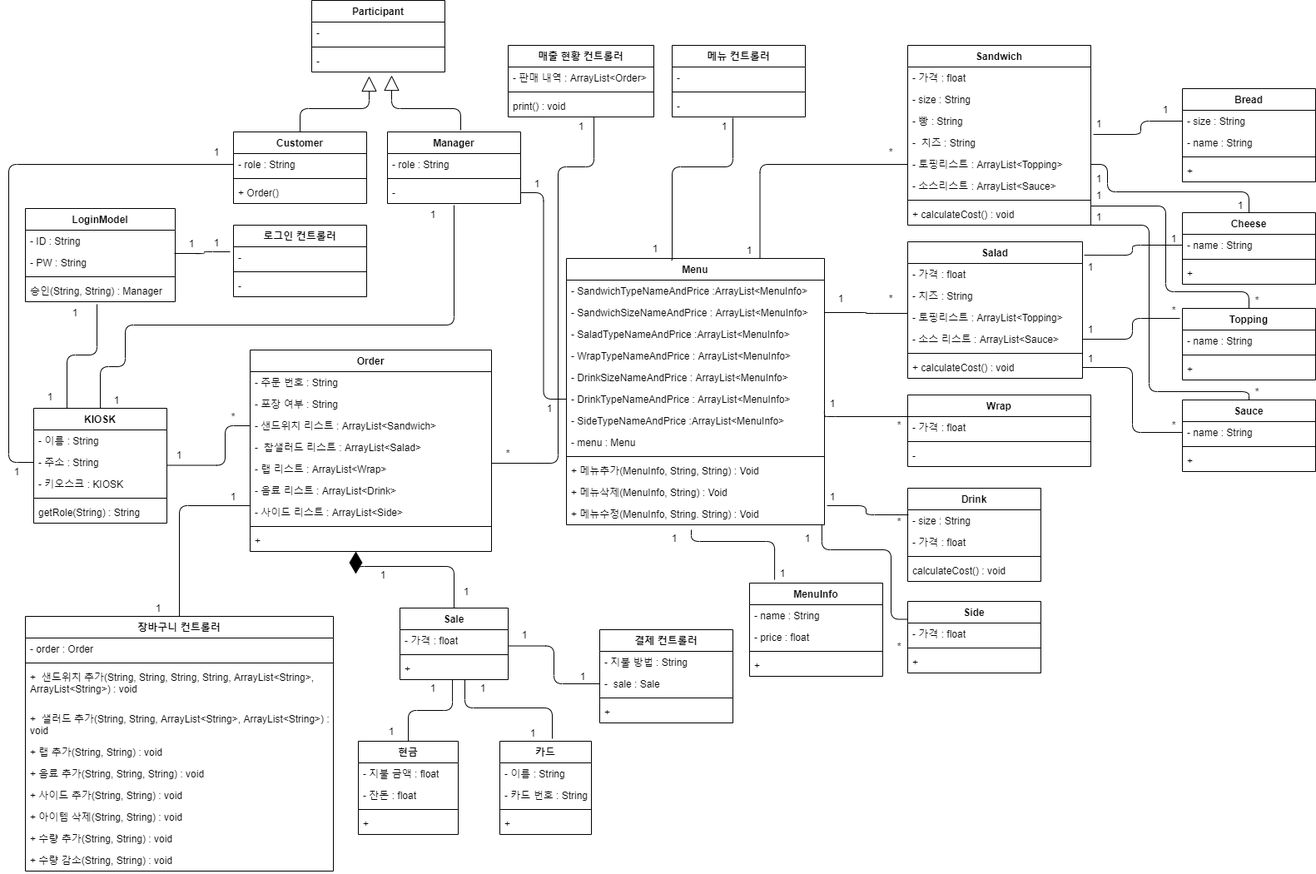
The draw.io diagram 상세명세서/Structural Model/Class Diagram.png in distroytest/KNUSD-20202-Team05, before a commit. Source tidied: cells renumbered, new cells last; positions are measured from the earlier drawing's top-left corner, leaving out a move shared by most shapes.
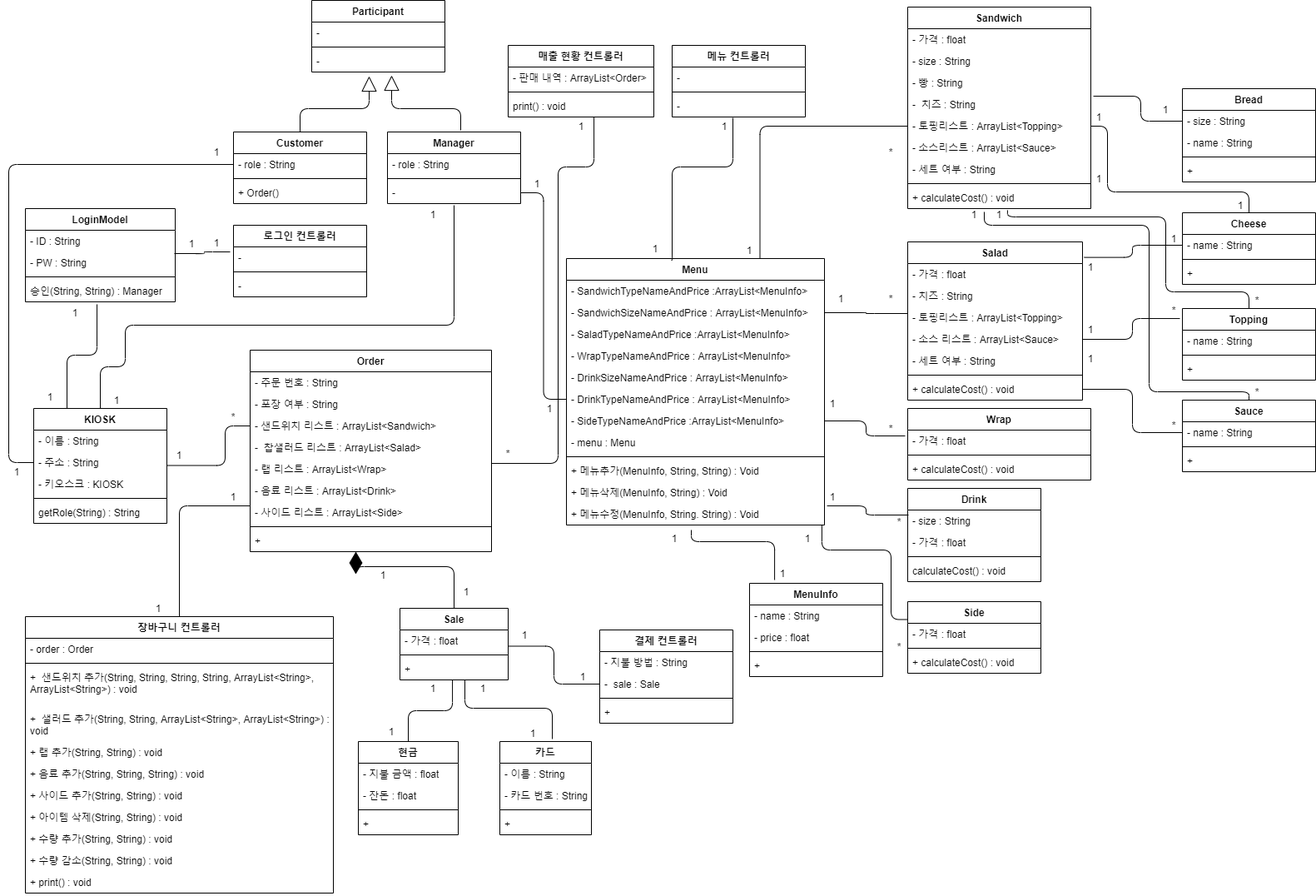
After the change.

The edit, as a diff of the source:
```diff
@@ -60,7 +60,7 @@
       <mxGeometry y="216" width="290" height="26" as="geometry" />
     </mxCell>
     <mxCell id="19" value="장바구니 컨트롤러" style="swimlane;fontStyle=1;align=center;verticalAlign=top;horizontal=1;startSize=26;" parent="1" vertex="1">
-      <mxGeometry x="30" y="740" width="370" height="306" as="geometry" />
+      <mxGeometry x="30" y="740" width="370" height="332" as="geometry" />
     </mxCell>
     <mxCell id="20" value="- order : Order" style="text;strokeColor=none;fillColor=none;align=left;verticalAlign=top;spacingLeft=4;spacingRight=4;overflow=hidden;" parent="19" vertex="1">
       <mxGeometry y="26" width="370" height="26" as="geometry" />
@@ -89,8 +89,11 @@
     <mxCell id="28" value="+ 수량 추가(String, String) : void" style="text;strokeColor=none;fillColor=none;align=left;verticalAlign=top;spacingLeft=4;spacingRight=4;overflow=hidden;" parent="19" vertex="1">
       <mxGeometry y="254" width="370" height="26" as="geometry" />
     </mxCell>
+    <mxCell id="221" value="+ 수량 감소(String, String) : void" style="text;strokeColor=none;fillColor=none;align=left;verticalAlign=top;spacingLeft=4;spacingRight=4;overflow=hidden;" parent="19" vertex="1">
+      <mxGeometry y="280" width="370" height="26" as="geometry" />
+    </mxCell>
-    <mxCell id="29" value="+ 수량 감소(String, String) : void" style="text;strokeColor=none;fillColor=none;align=left;verticalAlign=top;spacingLeft=4;spacingRight=4;overflow=hidden;" parent="19" vertex="1">
-      <mxGeometry y="280" width="370" height="26" as="geometry" />
+    <mxCell id="29" value="+ print() : void" style="text;strokeColor=none;fillColor=none;align=left;verticalAlign=top;spacingLeft=4;spacingRight=4;overflow=hidden;" parent="19" vertex="1">
+      <mxGeometry y="306" width="370" height="26" as="geometry" />
     </mxCell>
     <mxCell id="30" value="Menu" style="swimlane;fontStyle=1;align=center;verticalAlign=top;horizontal=1;startSize=26;" parent="1" vertex="1">
       <mxGeometry x="680" y="310" width="310" height="320" as="geometry" />
@@ -242,7 +245,7 @@
       <mxGeometry y="60" width="160" height="26" as="geometry" />
     </mxCell>
     <mxCell id="78" value="Sandwich" style="swimlane;fontStyle=1;align=center;verticalAlign=top;horizontal=1;startSize=26;" parent="1" vertex="1">
-      <mxGeometry x="1090" y="54" width="220" height="216" as="geometry" />
+      <mxGeometry x="1090" y="8" width="220" height="242" as="geometry" />
     </mxCell>
     <mxCell id="79" value="- 가격 : float" style="text;strokeColor=none;fillColor=none;align=left;verticalAlign=top;spacingLeft=4;spacingRight=4;overflow=hidden;" parent="78" vertex="1">
       <mxGeometry y="26" width="220" height="26" as="geometry" />
@@ -262,11 +265,14 @@
     <mxCell id="84" value="- 소스리스트 : ArrayList&lt;Sauce&gt;" style="text;strokeColor=none;fillColor=none;align=left;verticalAlign=top;spacingLeft=4;spacingRight=4;overflow=hidden;" parent="78" vertex="1">
       <mxGeometry y="156" width="220" height="26" as="geometry" />
     </mxCell>
+    <mxCell id="222" value="- 세트 여부 : String" style="text;strokeColor=none;fillColor=none;align=left;verticalAlign=top;spacingLeft=4;spacingRight=4;overflow=hidden;" parent="78" vertex="1">
+      <mxGeometry y="182" width="220" height="26" as="geometry" />
+    </mxCell>
     <mxCell id="85" style="line;strokeWidth=1;fillColor=none;align=left;verticalAlign=middle;spacingTop=-1;spacingLeft=3;spacingRight=3;labelPosition=right;" parent="78" vertex="1">
-      <mxGeometry y="182" width="220" height="8" as="geometry" />
+      <mxGeometry y="208" width="220" height="8" as="geometry" />
     </mxCell>
     <mxCell id="86" value="+ calculateCost() : void" style="text;strokeColor=none;fillColor=none;align=left;verticalAlign=top;spacingLeft=4;spacingRight=4;overflow=hidden;points=[[0,0.5],[1,0.5]];portConstraint=eastwest;" parent="78" vertex="1">
-      <mxGeometry y="190" width="220" height="26" as="geometry" />
+      <mxGeometry y="216" width="220" height="26" as="geometry" />
     </mxCell>
     <mxCell id="87" value="1" style="text;html=1;strokeColor=none;fillColor=none;align=center;verticalAlign=middle;whiteSpace=wrap;rounded=0;" parent="1" vertex="1">
       <mxGeometry x="880" y="290" width="40" height="20" as="geometry" />
@@ -275,7 +281,7 @@
       <mxGeometry x="1050" y="172" width="40" height="20" as="geometry" />
     </mxCell>
     <mxCell id="89" value="Salad" style="swimlane;fontStyle=1;align=center;verticalAlign=top;horizontal=1;startSize=26;" parent="1" vertex="1">
-      <mxGeometry x="1090" y="290" width="210" height="164" as="geometry" />
+      <mxGeometry x="1090" y="290" width="210" height="190" as="geometry" />
     </mxCell>
     <mxCell id="90" value="- 가격 : float" style="text;strokeColor=none;fillColor=none;align=left;verticalAlign=top;spacingLeft=4;spacingRight=4;overflow=hidden;" parent="89" vertex="1">
       <mxGeometry y="26" width="210" height="26" as="geometry" />
@@ -289,14 +295,17 @@
     <mxCell id="93" value="- 소스 리스트 : ArrayList&lt;Sauce&gt; " style="text;strokeColor=none;fillColor=none;align=left;verticalAlign=top;spacingLeft=4;spacingRight=4;overflow=hidden;points=[[0,0.5],[1,0.5]];portConstraint=eastwest;" parent="89" vertex="1">
       <mxGeometry y="104" width="210" height="26" as="geometry" />
     </mxCell>
+    <mxCell id="223" value="- 세트 여부 : String" style="text;strokeColor=none;fillColor=none;align=left;verticalAlign=top;spacingLeft=4;spacingRight=4;overflow=hidden;" parent="89" vertex="1">
+      <mxGeometry y="130" width="210" height="26" as="geometry" />
+    </mxCell>
     <mxCell id="94" style="line;strokeWidth=1;fillColor=none;align=left;verticalAlign=middle;spacingTop=-1;spacingLeft=3;spacingRight=3;labelPosition=right;" parent="89" vertex="1">
-      <mxGeometry y="130" width="210" height="8" as="geometry" />
+      <mxGeometry y="156" width="210" height="8" as="geometry" />
     </mxCell>
     <mxCell id="95" value="+ calculateCost() : void" style="text;strokeColor=none;fillColor=none;align=left;verticalAlign=top;spacingLeft=4;spacingRight=4;overflow=hidden;points=[[0,0.5],[1,0.5]];portConstraint=eastwest;" parent="89" vertex="1">
-      <mxGeometry y="138" width="210" height="26" as="geometry" />
+      <mxGeometry y="164" width="210" height="26" as="geometry" />
     </mxCell>
     <mxCell id="96" value="Wrap" style="swimlane;fontStyle=1;align=center;verticalAlign=top;horizontal=1;startSize=26;" parent="1" vertex="1">
-      <mxGeometry x="1090" y="474" width="220" height="86" as="geometry" />
+      <mxGeometry x="1090" y="490" width="220" height="86" as="geometry" />
     </mxCell>
     <mxCell id="97" value="- 가격 : float" style="text;strokeColor=none;fillColor=none;align=left;verticalAlign=top;spacingLeft=4;spacingRight=4;overflow=hidden;points=[[0,0.5],[1,0.5]];portConstraint=eastwest;" parent="96" vertex="1">
       <mxGeometry y="26" width="220" height="26" as="geometry" />
@@ -304,7 +313,7 @@
     <mxCell id="98" style="line;strokeWidth=1;fillColor=none;align=left;verticalAlign=middle;spacingTop=-1;spacingLeft=3;spacingRight=3;labelPosition=right;" parent="96" vertex="1">
       <mxGeometry y="52" width="220" height="8" as="geometry" />
     </mxCell>
-    <mxCell id="99" value="-" style="text;strokeColor=none;fillColor=none;align=left;verticalAlign=top;spacingLeft=4;spacingRight=4;overflow=hidden;" parent="96" vertex="1">
+    <mxCell id="99" value="+ calculateCost() : void" style="text;strokeColor=none;fillColor=none;align=left;verticalAlign=top;spacingLeft=4;spacingRight=4;overflow=hidden;" parent="96" vertex="1">
       <mxGeometry y="60" width="220" height="26" as="geometry" />
     </mxCell>
     <mxCell id="100" value="메뉴 컨트롤러" style="swimlane;fontStyle=1;align=center;verticalAlign=top;horizontal=1;startSize=26;" parent="1" vertex="1">
@@ -376,7 +385,7 @@
     <mxCell id="122" style="line;strokeWidth=1;fillColor=none;align=left;verticalAlign=middle;spacingTop=-1;spacingLeft=3;spacingRight=3;labelPosition=right;" parent="120" vertex="1">
       <mxGeometry y="52" width="160" height="8" as="geometry" />
     </mxCell>
-    <mxCell id="123" value="+" style="text;strokeColor=none;fillColor=none;align=left;verticalAlign=top;spacingLeft=4;spacingRight=4;overflow=hidden;" parent="120" vertex="1">
+    <mxCell id="123" value="+ calculateCost() : void" style="text;strokeColor=none;fillColor=none;align=left;verticalAlign=top;spacingLeft=4;spacingRight=4;overflow=hidden;" parent="120" vertex="1">
       <mxGeometry y="60" width="160" height="26" as="geometry" />
     </mxCell>
     <mxCell id="124" value="*" style="text;html=1;strokeColor=none;fillColor=none;align=center;verticalAlign=middle;whiteSpace=wrap;rounded=0;" parent="1" vertex="1">
@@ -385,9 +394,6 @@
     <mxCell id="125" value="1" style="text;html=1;strokeColor=none;fillColor=none;align=center;verticalAlign=middle;whiteSpace=wrap;rounded=0;" parent="1" vertex="1">
       <mxGeometry x="980" y="586" width="40" height="20" as="geometry" />
     </mxCell>
-    <mxCell id="126" value="*" style="text;html=1;strokeColor=none;fillColor=none;align=center;verticalAlign=middle;whiteSpace=wrap;rounded=0;" parent="1" vertex="1">
-      <mxGeometry x="1060" y="500" width="40" height="20" as="geometry" />
-    </mxCell>
     <mxCell id="127" value="1" style="text;html=1;strokeColor=none;fillColor=none;align=center;verticalAlign=middle;whiteSpace=wrap;rounded=0;" parent="1" vertex="1">
       <mxGeometry x="980" y="474" width="40" height="20" as="geometry" />
     </mxCell>
@@ -622,15 +628,6 @@
         <mxPoint x="1090" y="376" as="targetPoint" />
       </mxGeometry>
     </mxCell>
-    <mxCell id="189" style="endArrow=none;html=1;edgeStyle=orthogonalEdgeStyle;entryX=1;entryY=0;entryDx=0;entryDy=0;" parent="1" edge="1" target="126">
-      <mxGeometry relative="1" as="geometry">
-        <mxPoint x="990" y="487" as="sourcePoint" />
-        <Array as="points">
-          <mxPoint x="993" y="500" />
-          <mxPoint x="1090" y="500" />
-        </Array>
-      </mxGeometry>
-    </mxCell>
     <mxCell id="190" style="endArrow=none;html=1;edgeStyle=orthogonalEdgeStyle;exitX=1.01;exitY=0.115;exitDx=0;exitDy=0;exitPerimeter=0;entryX=0.006;entryY=0.231;entryDx=0;entryDy=0;entryPerimeter=0;" parent="1" edge="1" source="42" target="116">
       <mxGeometry relative="1" as="geometry" />
     </mxCell>
@@ -655,7 +652,7 @@
       <mxGeometry relative="1" as="geometry">
         <Array as="points">
           <mxPoint x="1370" y="145" />
-          <mxPoint x="1370" y="161" />
+          <mxPoint x="1370" y="115" />
         </Array>
       </mxGeometry>
     </mxCell>
@@ -683,25 +680,26 @@
     <mxCell id="201" style="endArrow=none;html=1;edgeStyle=orthogonalEdgeStyle;exitX=1;exitY=0.5;exitDx=0;exitDy=0;entryX=0.5;entryY=0;entryDx=0;entryDy=0;" parent="1" edge="1" source="83" target="135">
       <mxGeometry relative="1" as="geometry">
         <Array as="points">
-          <mxPoint x="1330" y="197" />
+          <mxPoint x="1330" y="151" />
           <mxPoint x="1330" y="230" />
           <mxPoint x="1500" y="230" />
         </Array>
       </mxGeometry>
     </mxCell>
-    <mxCell id="202" style="endArrow=none;html=1;edgeStyle=orthogonalEdgeStyle;entryX=0.5;entryY=0;entryDx=0;entryDy=0;" parent="1" edge="1" target="139">
+    <mxCell id="202" style="endArrow=none;html=1;edgeStyle=orthogonalEdgeStyle;entryX=0.5;entryY=0;entryDx=0;entryDy=0;exitX=0.545;exitY=1.077;exitDx=0;exitDy=0;exitPerimeter=0;" parent="1" edge="1" source="86" target="139">
       <mxGeometry relative="1" as="geometry">
-        <mxPoint x="1310" y="247" as="sourcePoint" />
         <Array as="points">
-          <mxPoint x="1400" y="247" />
+          <mxPoint x="1210" y="260" />
+          <mxPoint x="1400" y="260" />
           <mxPoint x="1400" y="350" />
           <mxPoint x="1500" y="350" />
         </Array>
       </mxGeometry>
     </mxCell>
-    <mxCell id="203" style="endArrow=none;html=1;edgeStyle=orthogonalEdgeStyle;exitX=0;exitY=1;exitDx=0;exitDy=0;entryX=0.5;entryY=0;entryDx=0;entryDy=0;" parent="1" edge="1" source="211" target="143">
+    <mxCell id="203" style="endArrow=none;html=1;edgeStyle=orthogonalEdgeStyle;exitX=0.418;exitY=1.154;exitDx=0;exitDy=0;entryX=0.5;entryY=0;entryDx=0;entryDy=0;exitPerimeter=0;" parent="1" edge="1" source="86" target="143">
       <mxGeometry relative="1" as="geometry">
         <Array as="points">
+          <mxPoint x="1182" y="270" />
           <mxPoint x="1380" y="270" />
           <mxPoint x="1380" y="470" />
           <mxPoint x="1500" y="470" />
@@ -721,7 +719,7 @@
       <mxGeometry x="1380" y="121" width="40" height="20" as="geometry" />
     </mxCell>
     <mxCell id="208" value="1" style="text;html=1;strokeColor=none;fillColor=none;align=center;verticalAlign=middle;whiteSpace=wrap;rounded=0;" parent="1" vertex="1">
-      <mxGeometry x="1300" y="138" width="40" height="20" as="geometry" />
+      <mxGeometry x="1300" y="130" width="40" height="20" as="geometry" />
     </mxCell>
     <mxCell id="209" value="1" style="text;html=1;strokeColor=none;fillColor=none;align=center;verticalAlign=middle;whiteSpace=wrap;rounded=0;" parent="1" vertex="1">
       <mxGeometry x="1290" y="204" width="60" height="20" as="geometry" />
@@ -730,13 +728,13 @@
       <mxGeometry x="1470" y="236" width="40" height="20" as="geometry" />
     </mxCell>
     <mxCell id="211" value="1" style="text;html=1;strokeColor=none;fillColor=none;align=center;verticalAlign=middle;whiteSpace=wrap;rounded=0;" parent="1" vertex="1">
-      <mxGeometry x="1300" y="250" width="40" height="20" as="geometry" />
+      <mxGeometry x="1150" y="247" width="40" height="20" as="geometry" />
     </mxCell>
     <mxCell id="212" value="*" style="text;html=1;strokeColor=none;fillColor=none;align=center;verticalAlign=middle;whiteSpace=wrap;rounded=0;" parent="1" vertex="1">
       <mxGeometry x="1470" y="350" width="80" height="20" as="geometry" />
     </mxCell>
     <mxCell id="213" value="1" style="text;html=1;strokeColor=none;fillColor=none;align=center;verticalAlign=middle;whiteSpace=wrap;rounded=0;" parent="1" vertex="1">
-      <mxGeometry x="1270" y="224" width="100" height="20" as="geometry" />
+      <mxGeometry x="1150" y="247" width="100" height="20" as="geometry" />
     </mxCell>
     <mxCell id="214" value="*" style="text;html=1;strokeColor=none;fillColor=none;align=center;verticalAlign=middle;whiteSpace=wrap;rounded=0;" parent="1" vertex="1">
       <mxGeometry x="1490" y="460" width="40" height="20" as="geometry" />
@@ -759,5 +757,11 @@
     <mxCell id="220" value="*" style="text;html=1;strokeColor=none;fillColor=none;align=center;verticalAlign=middle;whiteSpace=wrap;rounded=0;" parent="1" vertex="1">
       <mxGeometry x="1390" y="500" width="40" height="20" as="geometry" />
     </mxCell>
+    <mxCell id="224" style="endArrow=none;html=1;edgeStyle=orthogonalEdgeStyle;exitX=1;exitY=0.5;exitDx=0;exitDy=0;entryX=-0.014;entryY=0.269;entryDx=0;entryDy=0;entryPerimeter=0;" parent="1" edge="1" source="37" target="97">
+      <mxGeometry relative="1" as="geometry" />
+    </mxCell>
+    <mxCell id="126" value="*" style="text;html=1;strokeColor=none;fillColor=none;align=center;verticalAlign=middle;whiteSpace=wrap;rounded=0;" parent="1" vertex="1">
+      <mxGeometry x="1050" y="504" width="40" height="20" as="geometry" />
+    </mxCell>
   </root>
 </mxGraphModel>
```
